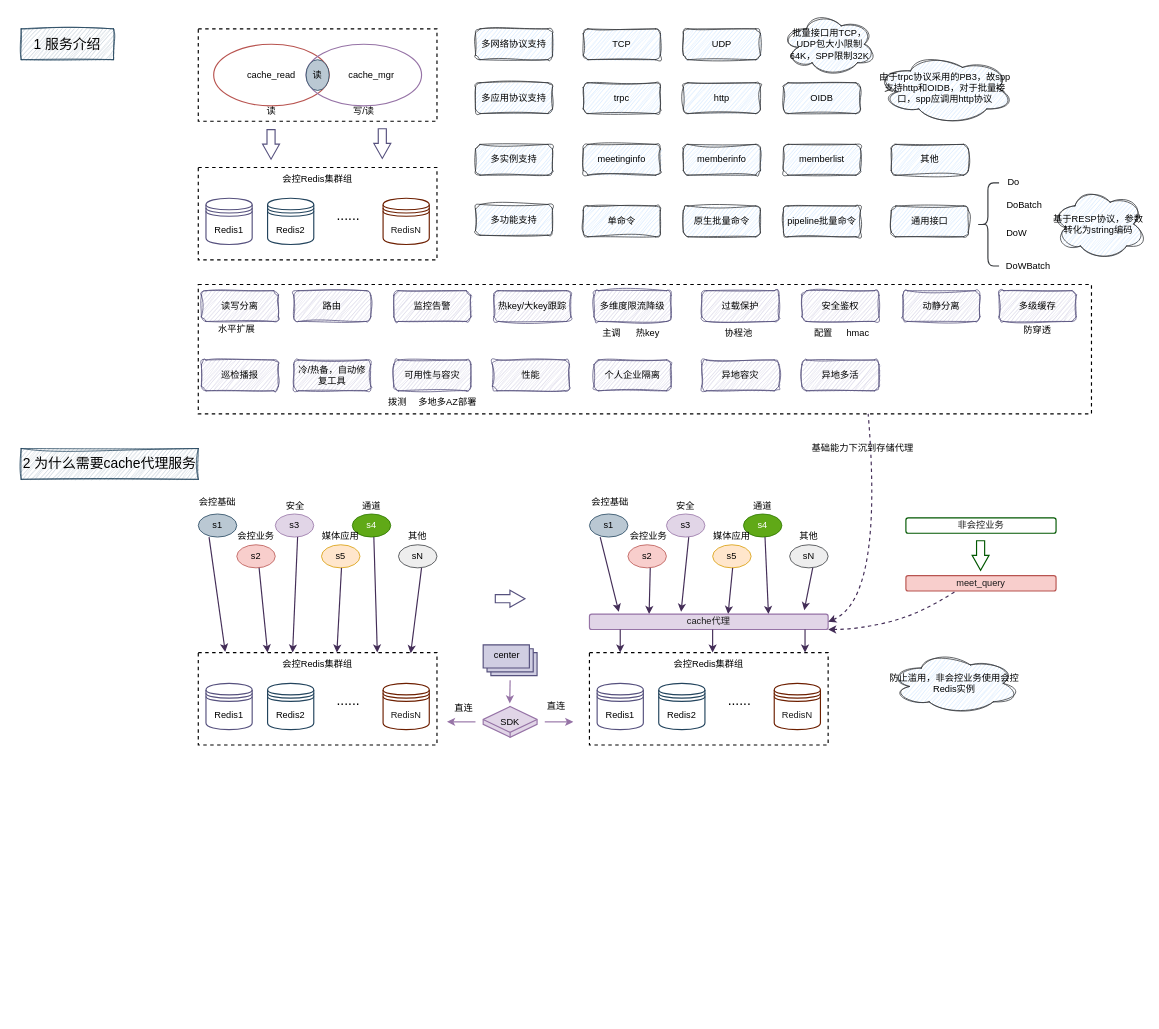
This is base/cache架构.drawio from melonshell/draw.io, a draw.io file, before an edit. Source tidied: cells renumbered, new cells numbered last; positions are measured from the earlier drawing's top-left corner, leaving out a move shared by most shapes. Both pictures are drawn from the tidied source at 77%, with x=0, y=0 at pixel (21, 13).
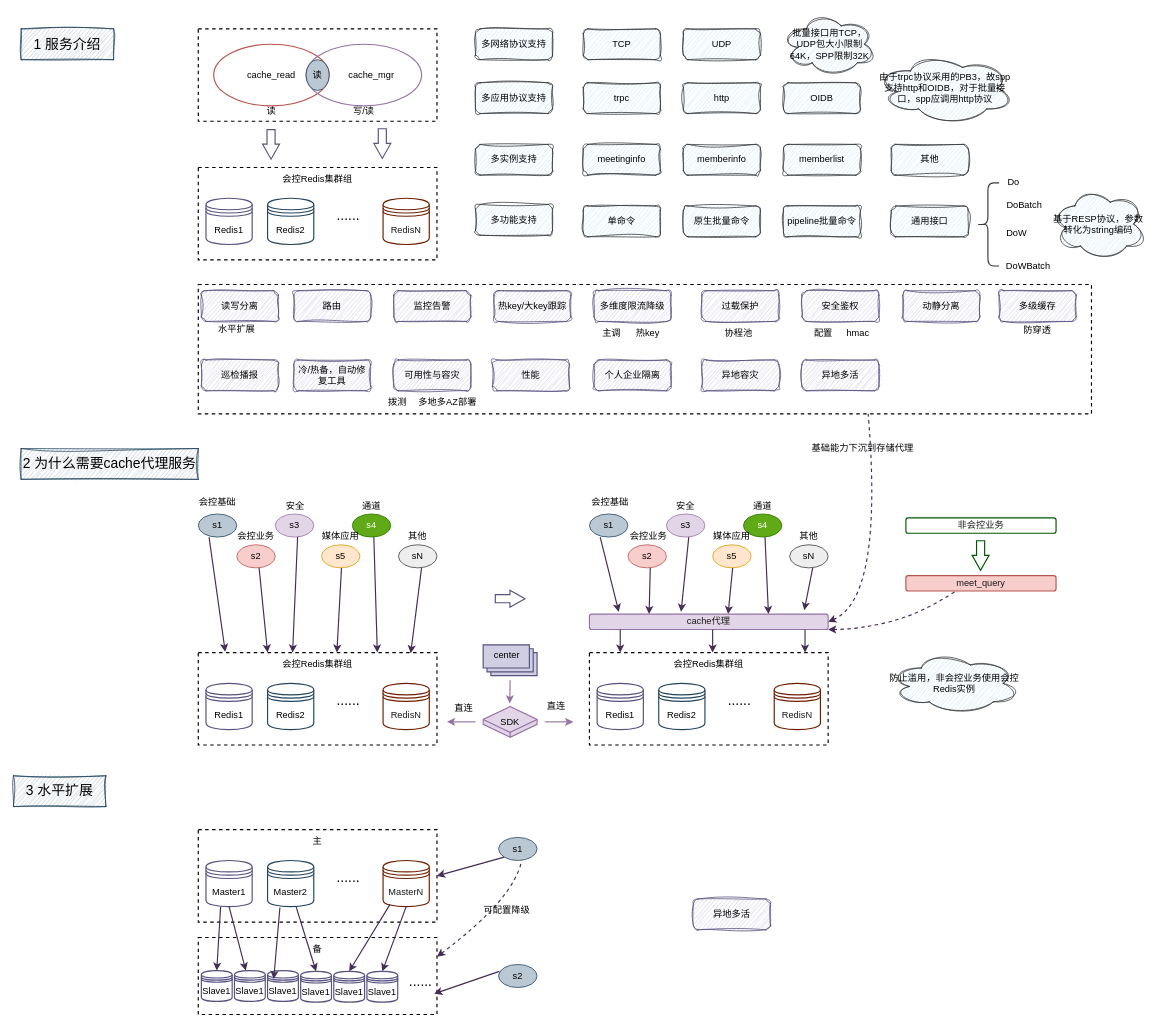
The same diagram, later.

Change to the diagram source:
```diff
@@
+    <mxCell id="139" value="&lt;font style=&quot;font-size: 18px;&quot;&gt;3 水平扩展&lt;/font&gt;" style="rounded=0;whiteSpace=wrap;html=1;fillColor=#bac8d3;sketch=1;curveFitting=1;jiggle=2;strokeColor=#23445d;" parent="1" vertex="1">
+      <mxGeometry x="-10" y="990" width="120" height="40" as="geometry" />
+    </mxCell>
+    <mxCell id="140" style="rounded=0;whiteSpace=wrap;html=1;fillColor=none;strokeWidth=1.5;dashed=1;" parent="1" vertex="1">
+      <mxGeometry x="230" y="1060" width="310" height="120" as="geometry" />
+    </mxCell>
+    <mxCell id="141" value="Master1" style="shape=datastore;whiteSpace=wrap;html=1;strokeWidth=1.5;fillColor=none;strokeColor=#56517e;" parent="1" vertex="1">
+      <mxGeometry x="240" y="1100" width="60" height="60" as="geometry" />
+    </mxCell>
+    <mxCell id="142" value="Master2" style="shape=datastore;whiteSpace=wrap;html=1;strokeWidth=1.5;fillColor=none;strokeColor=#23445d;" parent="1" vertex="1">
+      <mxGeometry x="320" y="1100" width="60" height="60" as="geometry" />
+    </mxCell>
+    <mxCell id="143" value="&lt;font color=&quot;#1a1a1a&quot;&gt;MasterN&lt;/font&gt;" style="shape=datastore;whiteSpace=wrap;html=1;strokeWidth=1.5;fillColor=none;strokeColor=#6D1F00;fontColor=#ffffff;" parent="1" vertex="1">
+      <mxGeometry x="470" y="1100" width="60" height="60" as="geometry" />
+    </mxCell>
+    <mxCell id="144" value="&lt;font style=&quot;font-size: 18px;&quot;&gt;......&lt;/font&gt;" style="rounded=0;whiteSpace=wrap;html=1;fillColor=none;strokeColor=none;" parent="1" vertex="1">
+      <mxGeometry x="390" y="1108" width="70" height="30" as="geometry" />
+    </mxCell>
+    <mxCell id="145" value="主" style="rounded=0;whiteSpace=wrap;html=1;fillColor=none;strokeColor=none;" parent="1" vertex="1">
+      <mxGeometry x="320" y="1060" width="130" height="30" as="geometry" />
+    </mxCell>
+    <mxCell id="146" style="rounded=0;whiteSpace=wrap;html=1;fillColor=none;strokeWidth=1.5;dashed=1;" parent="1" vertex="1">
+      <mxGeometry x="230" y="1200" width="310" height="100" as="geometry" />
+    </mxCell>
+    <mxCell id="147" value="Slave1" style="shape=datastore;whiteSpace=wrap;html=1;strokeWidth=1.5;fillColor=none;strokeColor=#56517e;" parent="1" vertex="1">
+      <mxGeometry x="234" y="1243" width="40" height="40" as="geometry" />
+    </mxCell>
+    <mxCell id="148" value="&lt;font style=&quot;font-size: 18px;&quot;&gt;......&lt;/font&gt;" style="rounded=0;whiteSpace=wrap;html=1;fillColor=none;strokeColor=none;" parent="1" vertex="1">
+      <mxGeometry x="484" y="1243" width="70" height="30" as="geometry" />
+    </mxCell>
+    <mxCell id="149" value="备" style="rounded=0;whiteSpace=wrap;html=1;fillColor=none;strokeColor=none;" parent="1" vertex="1">
+      <mxGeometry x="320" y="1200" width="130" height="30" as="geometry" />
+    </mxCell>
+    <mxCell id="150" value="Slave1" style="shape=datastore;whiteSpace=wrap;html=1;strokeWidth=1.5;fillColor=none;strokeColor=#56517e;" parent="1" vertex="1">
+      <mxGeometry x="277" y="1243" width="40" height="40" as="geometry" />
+    </mxCell>
+    <mxCell id="151" value="Slave1" style="shape=datastore;whiteSpace=wrap;html=1;strokeWidth=1.5;fillColor=none;strokeColor=#56517e;" parent="1" vertex="1">
+      <mxGeometry x="320" y="1243" width="40" height="40" as="geometry" />
+    </mxCell>
+    <mxCell id="152" value="Slave1" style="shape=datastore;whiteSpace=wrap;html=1;strokeWidth=1.5;fillColor=none;strokeColor=#56517e;" parent="1" vertex="1">
+      <mxGeometry x="363" y="1244" width="40" height="40" as="geometry" />
+    </mxCell>
+    <mxCell id="153" value="Slave1" style="shape=datastore;whiteSpace=wrap;html=1;strokeWidth=1.5;fillColor=none;strokeColor=#56517e;" parent="1" vertex="1">
+      <mxGeometry x="406" y="1244" width="40" height="40" as="geometry" />
+    </mxCell>
+    <mxCell id="154" value="Slave1" style="shape=datastore;whiteSpace=wrap;html=1;strokeWidth=1.5;fillColor=none;strokeColor=#56517e;" parent="1" vertex="1">
+      <mxGeometry x="449" y="1244" width="40" height="40" as="geometry" />
+    </mxCell>
+    <mxCell id="155" style="endArrow=classic;html=1;rounded=0;exitX=0.28;exitY=1;exitDx=0;exitDy=0;exitPerimeter=0;entryX=0.5;entryY=0;entryDx=0;entryDy=0;strokeWidth=1.5;fillColor=#76608a;strokeColor=#432D57;" parent="1" edge="1" target="147">
+      <mxGeometry relative="1" as="geometry">
+        <mxPoint x="259" y="1160" as="sourcePoint" />
+      </mxGeometry>
+    </mxCell>
+    <mxCell id="156" style="endArrow=classic;html=1;rounded=0;exitX=0.5;exitY=1;exitDx=0;exitDy=0;strokeWidth=1.5;fillColor=#76608a;strokeColor=#432D57;" parent="1" edge="1" source="141" target="150">
+      <mxGeometry relative="1" as="geometry" />
+    </mxCell>
+    <mxCell id="157" style="endArrow=classic;html=1;rounded=0;exitX=0.267;exitY=1.017;exitDx=0;exitDy=0;strokeWidth=1.5;fillColor=#76608a;strokeColor=#432D57;exitPerimeter=0;entryX=0.2;entryY=0.275;entryDx=0;entryDy=0;entryPerimeter=0;" parent="1" edge="1" source="142" target="151">
+      <mxGeometry relative="1" as="geometry" />
+    </mxCell>
+    <mxCell id="158" style="endArrow=classic;html=1;rounded=0;exitX=0.617;exitY=1;exitDx=0;exitDy=0;strokeWidth=1.5;fillColor=#76608a;strokeColor=#432D57;exitPerimeter=0;entryX=0.5;entryY=0;entryDx=0;entryDy=0;" parent="1" edge="1" source="142" target="152">
+      <mxGeometry relative="1" as="geometry" />
+    </mxCell>
+    <mxCell id="159" style="endArrow=classic;html=1;rounded=0;exitX=0.15;exitY=0.95;exitDx=0;exitDy=0;strokeWidth=1.5;fillColor=#76608a;strokeColor=#432D57;exitPerimeter=0;entryX=0.5;entryY=0;entryDx=0;entryDy=0;" parent="1" edge="1" source="143" target="153">
+      <mxGeometry relative="1" as="geometry" />
+    </mxCell>
+    <mxCell id="160" style="endArrow=classic;html=1;rounded=0;exitX=0.5;exitY=1;exitDx=0;exitDy=0;strokeWidth=1.5;fillColor=#76608a;strokeColor=#432D57;entryX=0.5;entryY=0;entryDx=0;entryDy=0;" parent="1" edge="1" source="143" target="154">
+      <mxGeometry relative="1" as="geometry" />
+    </mxCell>
+    <mxCell id="161" value="s1" style="ellipse;whiteSpace=wrap;html=1;fillColor=#bac8d3;strokeColor=#23445d;" parent="1" vertex="1">
+      <mxGeometry x="620" y="1070" width="50" height="30" as="geometry" />
+    </mxCell>
+    <mxCell id="162" value="s2" style="ellipse;whiteSpace=wrap;html=1;fillColor=#bac8d3;strokeColor=#23445d;" parent="1" vertex="1">
+      <mxGeometry x="620" y="1235" width="50" height="30" as="geometry" />
+    </mxCell>
+    <mxCell id="163" style="endArrow=classic;html=1;rounded=0;exitX=0;exitY=1;exitDx=0;exitDy=0;strokeWidth=1.5;fillColor=#76608a;strokeColor=#432D57;entryX=1;entryY=0.5;entryDx=0;entryDy=0;" parent="1" edge="1" source="161" target="140">
+      <mxGeometry relative="1" as="geometry" />
+    </mxCell>
+    <mxCell id="164" style="endArrow=classic;html=1;rounded=0;exitX=0.02;exitY=0.3;exitDx=0;exitDy=0;strokeWidth=1.5;fillColor=#76608a;strokeColor=#432D57;entryX=0.75;entryY=1;entryDx=0;entryDy=0;exitPerimeter=0;" parent="1" edge="1" source="162" target="148">
+      <mxGeometry relative="1" as="geometry" />
+    </mxCell>
+    <mxCell id="165" style="curved=1;endArrow=none;html=1;rounded=0;entryX=0.691;entryY=1.012;entryDx=0;entryDy=0;entryPerimeter=0;strokeWidth=1.5;fillColor=#76608a;strokeColor=#432D57;dashed=1;startArrow=classic;startFill=1;endFill=0;exitX=1;exitY=0.25;exitDx=0;exitDy=0;" parent="1" edge="1" source="146">
+      <mxGeometry relative="1" as="geometry">
+        <mxPoint x="650" y="1100" as="targetPoint" />
+        <Array as="points">
+          <mxPoint x="640" y="1150" />
+        </Array>
+      </mxGeometry>
+    </mxCell>
+    <mxCell id="166" value="可配置降级" style="rounded=0;whiteSpace=wrap;html=1;fillColor=none;strokeColor=none;" parent="1" vertex="1">
+      <mxGeometry x="596" y="1150" width="70" height="30" as="geometry" />
+    </mxCell>
+    <mxCell id="167" value="异地多活" style="rounded=1;whiteSpace=wrap;html=1;fillColor=#d0cee2;strokeColor=#56517e;sketch=1;curveFitting=1;jiggle=2;" parent="1" vertex="1">
+      <mxGeometry x="873" y="1150" width="100" height="40" as="geometry" />
+    </mxCell>
```
